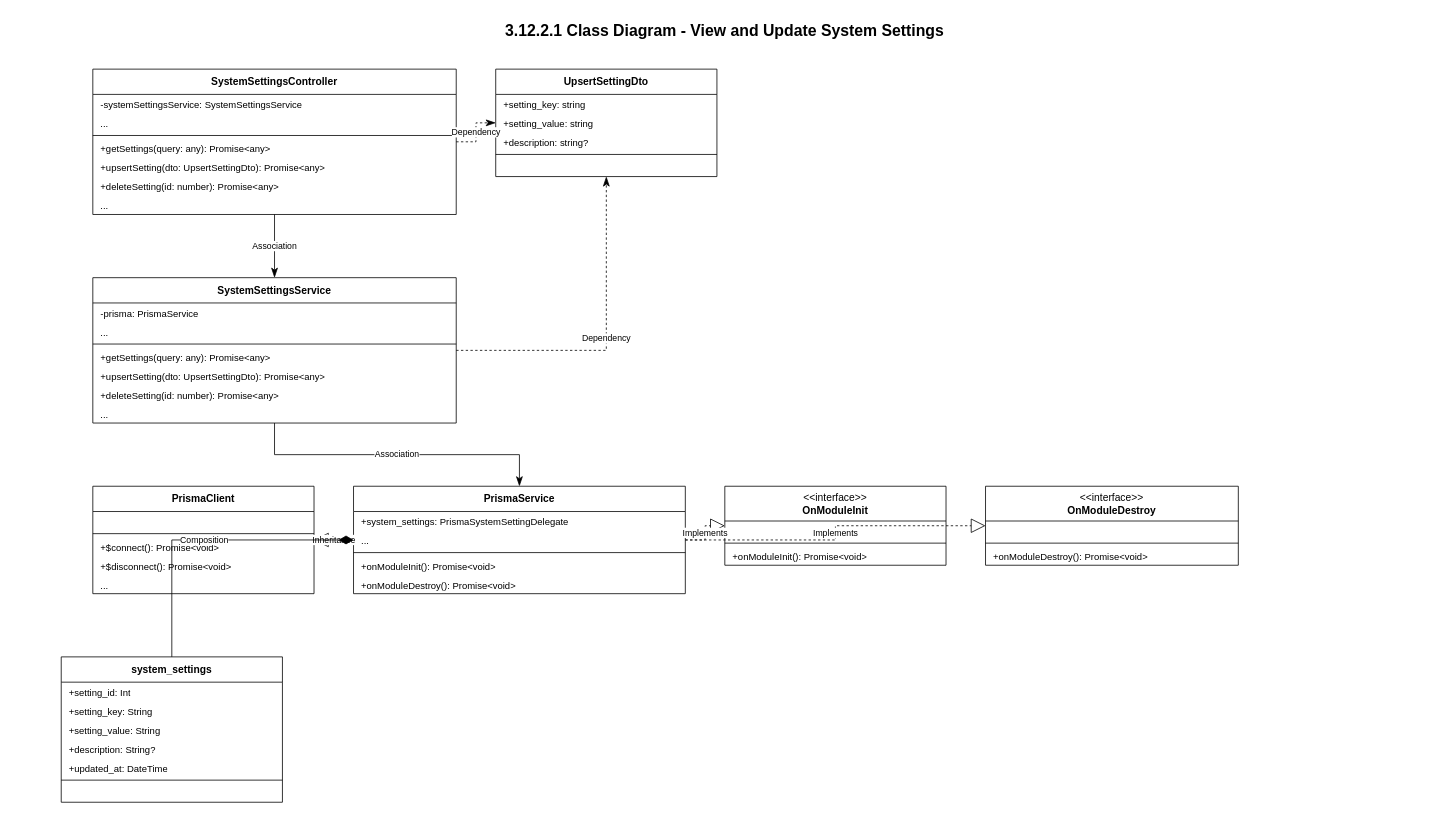
The draw.io diagram page "View & Update System Settings" (2 of 2) of system_settings_all_class_diagrams.drawio in CuongBC195/class-diagram-donation-blood, before the edit. Source tidied: cells renumbered, new cells numbered last; positions are measured from the earlier drawing's top-left corner, leaving out a move shared by most shapes. Both pictures are drawn from the tidied source at 79%, with x=0, y=0 at pixel (13, 13).
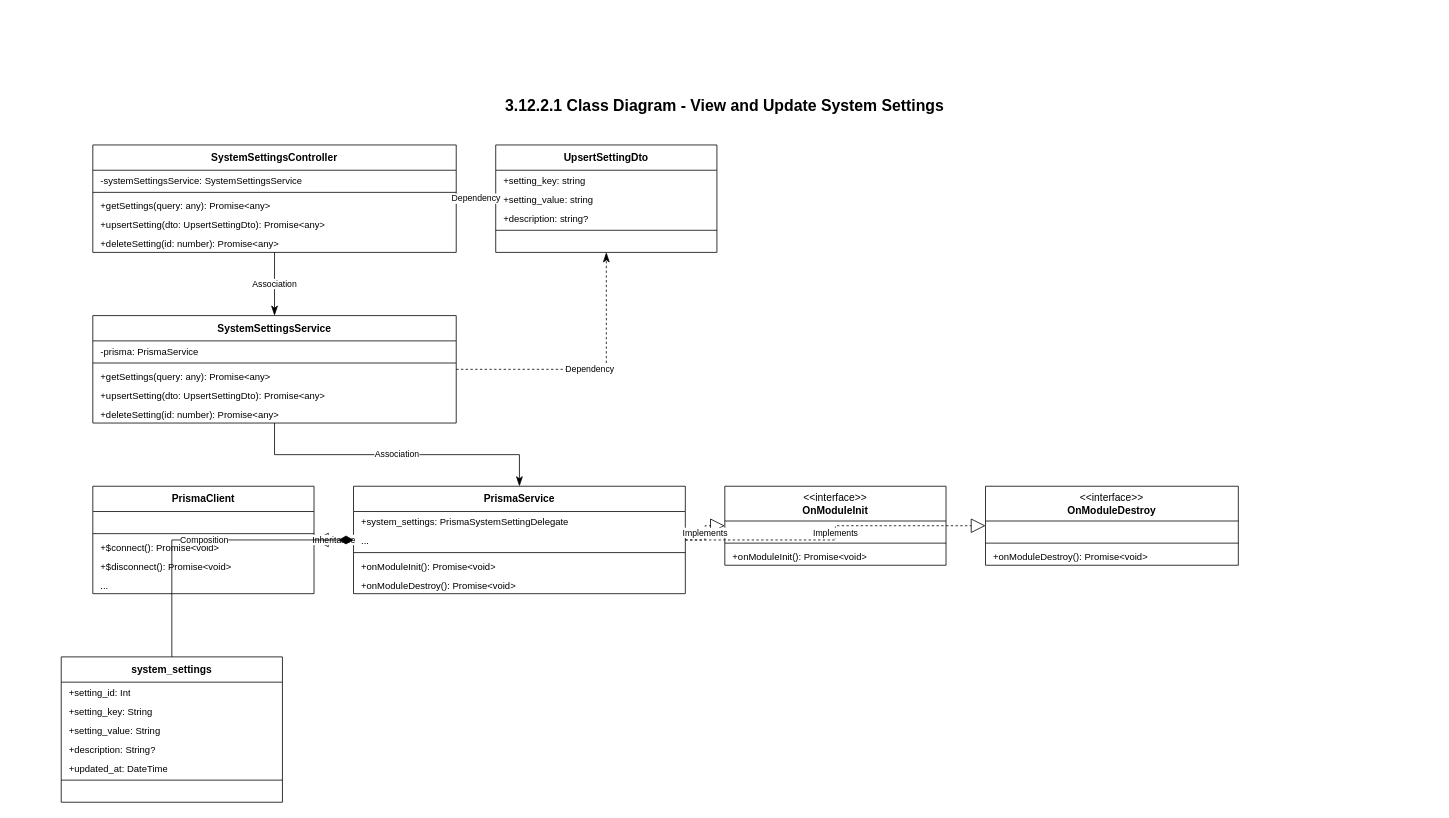
Above is the later version.

The edit, as a diff of the source:
```diff
@@
     <mxCell id="2" value="3.12.2.1 Class Diagram - View and Update System Settings" style="text;html=1;strokeColor=none;fillColor=none;align=center;verticalAlign=middle;whiteSpace=wrap;rounded=0;fontFamily=Arial;fontSize=20;fontStyle=1;fontColor=#000000;" parent="1" vertex="1">
-      <mxGeometry width="1800" height="40" as="geometry" />
+      <mxGeometry y="96" width="1800" height="40" as="geometry" />
     </mxCell>
     <mxCell id="3" value="&lt;b&gt;SystemSettingsController&lt;/b&gt;" style="swimlane;fontStyle=0;horizontal=1;startSize=32;whiteSpace=wrap;html=1;fillColor=#ffffff;strokeColor=#000000;swimlaneFillColor=#ffffff;fontColor=#000000;fontFamily=Arial;fontSize=13;" parent="1" vertex="1">
-      <mxGeometry x="100" y="70" width="460" height="184" as="geometry" />
+      <mxGeometry x="100" y="166" width="460" height="136" as="geometry" />
     </mxCell>
@@
-    <mxCell id="5" value="..." style="text;strokeColor=none;fillColor=none;align=left;verticalAlign=top;spacingLeft=8;spacingRight=8;overflow=hidden;whiteSpace=wrap;html=1;fontFamily=Arial;fontSize=12;fontColor=#000000;" parent="3" vertex="1">
-      <mxGeometry y="56" width="460" height="24" as="geometry" />
-    </mxCell>
     <mxCell id="6" style="line;strokeWidth=1;fillColor=none;strokeColor=#000000;align=left;verticalAlign=middle;" parent="3" vertex="1">
-      <mxGeometry y="80" width="460" height="8" as="geometry" />
+      <mxGeometry y="56" width="460" height="8" as="geometry" />
     </mxCell>
     <mxCell id="7" value="+getSettings(query: any): Promise&amp;lt;any&amp;gt;" style="text;strokeColor=none;fillColor=none;align=left;verticalAlign=top;spacingLeft=8;spacingRight=8;overflow=hidden;whiteSpace=wrap;html=1;fontFamily=Arial;fontSize=12;fontColor=#000000;" parent="3" vertex="1">
-      <mxGeometry y="88" width="460" height="24" as="geometry" />
+      <mxGeometry y="64" width="460" height="24" as="geometry" />
     </mxCell>
     <mxCell id="8" value="+upsertSetting(dto: UpsertSettingDto): Promise&amp;lt;any&amp;gt;" style="text;strokeColor=none;fillColor=none;align=left;verticalAlign=top;spacingLeft=8;spacingRight=8;overflow=hidden;whiteSpace=wrap;html=1;fontFamily=Arial;fontSize=12;fontColor=#000000;" parent="3" vertex="1">
-      <mxGeometry y="112" width="460" height="24" as="geometry" />
+      <mxGeometry y="88" width="460" height="24" as="geometry" />
     </mxCell>
     <mxCell id="9" value="+deleteSetting(id: number): Promise&amp;lt;any&amp;gt;" style="text;strokeColor=none;fillColor=none;align=left;verticalAlign=top;spacingLeft=8;spacingRight=8;overflow=hidden;whiteSpace=wrap;html=1;fontFamily=Arial;fontSize=12;fontColor=#000000;" parent="3" vertex="1">
-      <mxGeometry y="136" width="460" height="24" as="geometry" />
+      <mxGeometry y="112" width="460" height="24" as="geometry" />
     </mxCell>
-    <mxCell id="10" value="..." style="text;strokeColor=none;fillColor=none;align=left;verticalAlign=top;spacingLeft=8;spacingRight=8;overflow=hidden;whiteSpace=wrap;html=1;fontFamily=Arial;fontSize=12;fontColor=#000000;" parent="3" vertex="1">
-      <mxGeometry y="160" width="460" height="24" as="geometry" />
-    </mxCell>
     <mxCell id="11" value="&lt;b&gt;UpsertSettingDto&lt;/b&gt;" style="swimlane;fontStyle=0;horizontal=1;startSize=32;whiteSpace=wrap;html=1;fillColor=#ffffff;strokeColor=#000000;swimlaneFillColor=#ffffff;fontColor=#000000;fontFamily=Arial;fontSize=13;" parent="1" vertex="1">
-      <mxGeometry x="610" y="70" width="280" height="136" as="geometry" />
+      <mxGeometry x="610" y="166" width="280" height="136" as="geometry" />
     </mxCell>
@@
     <mxCell id="17" value="&lt;b&gt;SystemSettingsService&lt;/b&gt;" style="swimlane;fontStyle=0;horizontal=1;startSize=32;whiteSpace=wrap;html=1;fillColor=#ffffff;strokeColor=#000000;swimlaneFillColor=#ffffff;fontColor=#000000;fontFamily=Arial;fontSize=13;" parent="1" vertex="1">
-      <mxGeometry x="100" y="334" width="460" height="184" as="geometry" />
+      <mxGeometry x="100" y="382" width="460" height="136" as="geometry" />
     </mxCell>
@@
-    <mxCell id="19" value="..." style="text;strokeColor=none;fillColor=none;align=left;verticalAlign=top;spacingLeft=8;spacingRight=8;overflow=hidden;whiteSpace=wrap;html=1;fontFamily=Arial;fontSize=12;fontColor=#000000;" parent="17" vertex="1">
-      <mxGeometry y="56" width="460" height="24" as="geometry" />
-    </mxCell>
     <mxCell id="20" style="line;strokeWidth=1;fillColor=none;strokeColor=#000000;align=left;verticalAlign=middle;" parent="17" vertex="1">
-      <mxGeometry y="80" width="460" height="8" as="geometry" />
+      <mxGeometry y="56" width="460" height="8" as="geometry" />
     </mxCell>
     <mxCell id="21" value="+getSettings(query: any): Promise&amp;lt;any&amp;gt;" style="text;strokeColor=none;fillColor=none;align=left;verticalAlign=top;spacingLeft=8;spacingRight=8;overflow=hidden;whiteSpace=wrap;html=1;fontFamily=Arial;fontSize=12;fontColor=#000000;" parent="17" vertex="1">
-      <mxGeometry y="88" width="460" height="24" as="geometry" />
+      <mxGeometry y="64" width="460" height="24" as="geometry" />
     </mxCell>
     <mxCell id="22" value="+upsertSetting(dto: UpsertSettingDto): Promise&amp;lt;any&amp;gt;" style="text;strokeColor=none;fillColor=none;align=left;verticalAlign=top;spacingLeft=8;spacingRight=8;overflow=hidden;whiteSpace=wrap;html=1;fontFamily=Arial;fontSize=12;fontColor=#000000;" parent="17" vertex="1">
-      <mxGeometry y="112" width="460" height="24" as="geometry" />
+      <mxGeometry y="88" width="460" height="24" as="geometry" />
     </mxCell>
     <mxCell id="23" value="+deleteSetting(id: number): Promise&amp;lt;any&amp;gt;" style="text;strokeColor=none;fillColor=none;align=left;verticalAlign=top;spacingLeft=8;spacingRight=8;overflow=hidden;whiteSpace=wrap;html=1;fontFamily=Arial;fontSize=12;fontColor=#000000;" parent="17" vertex="1">
-      <mxGeometry y="136" width="460" height="24" as="geometry" />
+      <mxGeometry y="112" width="460" height="24" as="geometry" />
     </mxCell>
-    <mxCell id="24" value="..." style="text;strokeColor=none;fillColor=none;align=left;verticalAlign=top;spacingLeft=8;spacingRight=8;overflow=hidden;whiteSpace=wrap;html=1;fontFamily=Arial;fontSize=12;fontColor=#000000;" parent="17" vertex="1">
-      <mxGeometry y="160" width="460" height="24" as="geometry" />
-    </mxCell>
```
